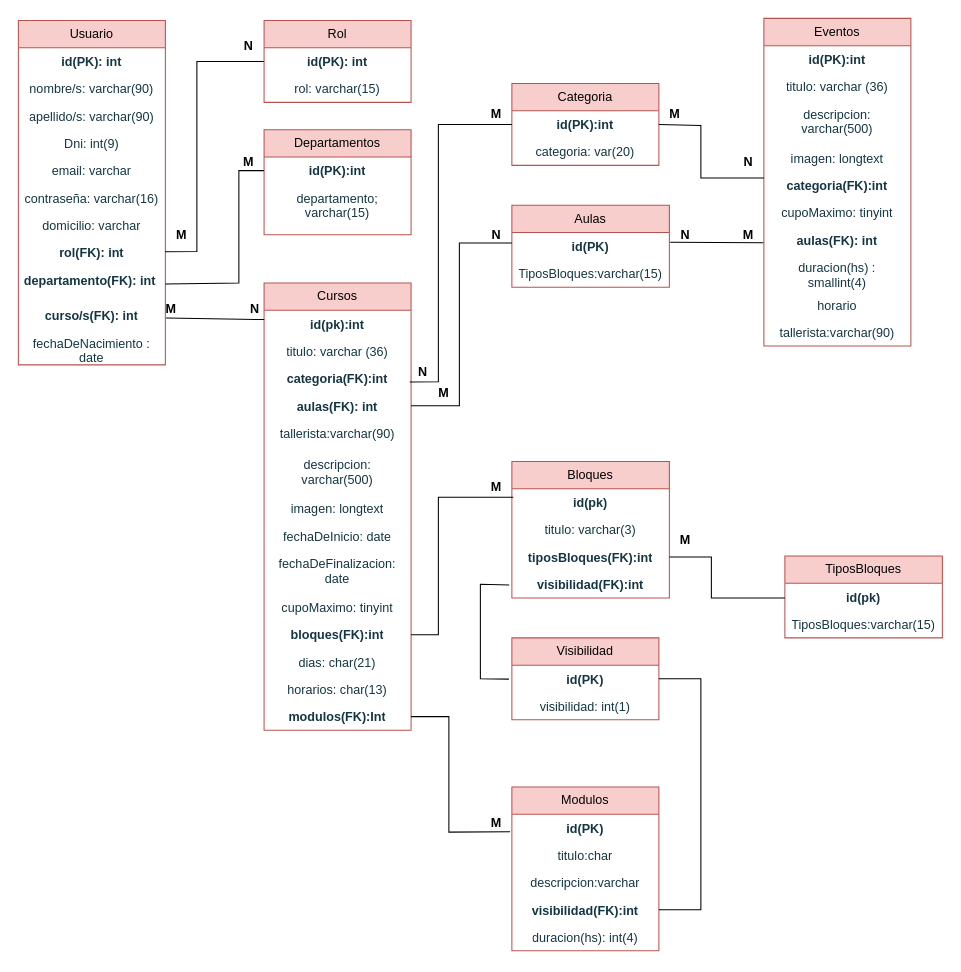
Before: 03 - Diagrama/Clase_3.drawio in FrancoRossiDs/Base_de_Datos, a draw.io diagram. Source tidied: cells renumbered, new cells numbered last; positions are measured from the earlier drawing's top-left corner, leaving out a move shared by most shapes. Both pictures are drawn from the tidied source at 105%, with x=0, y=0 at pixel (18, 18).
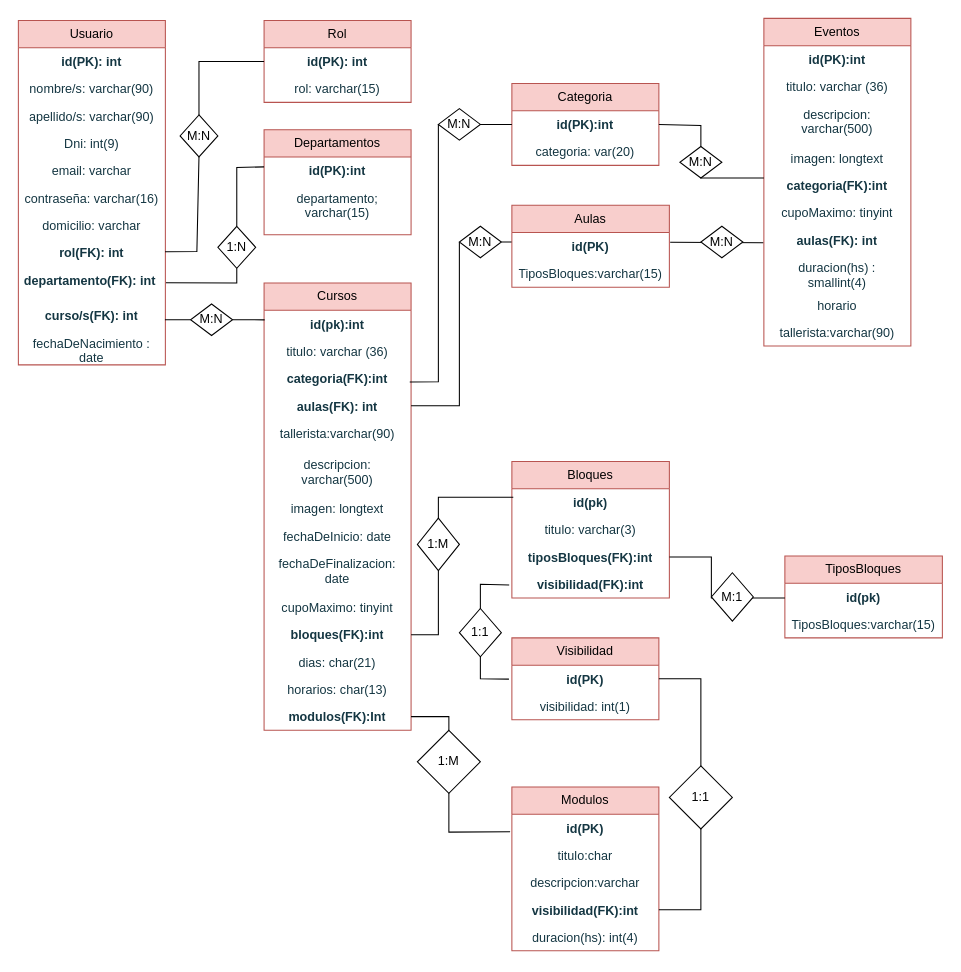
The same page after the edit.

Commit message:
agregados al drawio de la clase 3

The change refers to these unchanged cells:
```xml
<mxCell id="10" value="&lt;b&gt;rol(FK): int&lt;/b&gt;" style="text;strokeColor=none;fillColor=none;align=center;verticalAlign=top;spacingLeft=4;spacingRight=4;overflow=hidden;points=[[0,0.5],[1,0.5]];portConstraint=eastwest;whiteSpace=wrap;html=1;fontColor=#143642;" parent="2" vertex="1">
  <mxGeometry y="208" width="140" height="26" as="geometry" />
</mxCell>
<mxCell id="11" value="departamento(FK): int&amp;nbsp;" style="text;strokeColor=none;fillColor=none;align=center;verticalAlign=top;spacingLeft=4;spacingRight=4;overflow=hidden;points=[[0,0.5],[1,0.5]];portConstraint=eastwest;whiteSpace=wrap;html=1;fontColor=#143642;fontStyle=1;" parent="2" vertex="1">
  <mxGeometry y="234" width="140" height="34" as="geometry" />
</mxCell>
<mxCell id="12" value="&lt;b&gt;curso/s(FK): int&lt;/b&gt;" style="text;strokeColor=none;fillColor=none;align=center;verticalAlign=top;spacingLeft=4;spacingRight=4;overflow=hidden;points=[[0,0.5],[1,0.5]];portConstraint=eastwest;whiteSpace=wrap;html=1;fontColor=#143642;" parent="2" vertex="1">
  <mxGeometry y="268" width="140" height="26" as="geometry" />
</mxCell>
<mxCell id="18" value="&lt;b&gt;id(PK): int&lt;/b&gt;" style="text;strokeColor=none;fillColor=none;align=center;verticalAlign=top;spacingLeft=4;spacingRight=4;overflow=hidden;points=[[0,0.5],[1,0.5]];portConstraint=eastwest;whiteSpace=wrap;html=1;fontColor=#143642;" parent="17" vertex="1">
  <mxGeometry y="26" width="140" height="26" as="geometry" />
</mxCell>
<mxCell id="21" value="&lt;b&gt;id(pk):int&lt;/b&gt;" style="text;strokeColor=none;fillColor=none;align=center;verticalAlign=top;spacingLeft=4;spacingRight=4;overflow=hidden;points=[[0,0.5],[1,0.5]];portConstraint=eastwest;whiteSpace=wrap;html=1;fontColor=#143642;" parent="20" vertex="1">
  <mxGeometry y="26" width="140" height="26" as="geometry" />
</mxCell>
<mxCell id="24" value="&lt;b&gt;aulas(FK): int&lt;/b&gt;" style="text;strokeColor=none;fillColor=none;align=center;verticalAlign=top;spacingLeft=4;spacingRight=4;overflow=hidden;points=[[0,0.5],[1,0.5]];portConstraint=eastwest;whiteSpace=wrap;html=1;fontColor=#143642;" parent="20" vertex="1">
  <mxGeometry y="104" width="140" height="26" as="geometry" />
</mxCell>
<mxCell id="31" value="&lt;b&gt;bloques(FK):int&lt;/b&gt;" style="text;strokeColor=none;fillColor=none;align=center;verticalAlign=top;spacingLeft=4;spacingRight=4;overflow=hidden;points=[[0,0.5],[1,0.5]];portConstraint=eastwest;whiteSpace=wrap;html=1;fontColor=#143642;" parent="20" vertex="1">
  <mxGeometry y="322" width="140" height="26" as="geometry" />
</mxCell>
<mxCell id="42" value="&lt;b&gt;id(PK):int&lt;/b&gt;" style="text;strokeColor=none;fillColor=none;align=center;verticalAlign=top;spacingLeft=4;spacingRight=4;overflow=hidden;points=[[0,0.5],[1,0.5]];portConstraint=eastwest;whiteSpace=wrap;html=1;fontColor=#143642;" parent="41" vertex="1">
  <mxGeometry y="26" width="140" height="26" as="geometry" />
</mxCell>
<mxCell id="45" value="&lt;b&gt;id(pk)&lt;/b&gt;" style="text;strokeColor=none;fillColor=none;align=center;verticalAlign=top;spacingLeft=4;spacingRight=4;overflow=hidden;points=[[0,0.5],[1,0.5]];portConstraint=eastwest;whiteSpace=wrap;html=1;fontColor=#143642;" parent="44" vertex="1">
  <mxGeometry y="26" width="150" height="26" as="geometry" />
</mxCell>
<mxCell id="73" value="&lt;b&gt;id(PK)&lt;/b&gt;" style="text;strokeColor=none;fillColor=none;align=center;verticalAlign=top;spacingLeft=4;spacingRight=4;overflow=hidden;points=[[0,0.5],[1,0.5]];portConstraint=eastwest;whiteSpace=wrap;html=1;fontColor=#143642;" parent="72" vertex="1">
  <mxGeometry y="26" width="150" height="26" as="geometry" />
</mxCell>
```

The edit, as a diff of the source:
```diff
@@
-    <mxCell id="63" style="endArrow=none;html=1;rounded=0;entryX=0;entryY=0.5;entryDx=0;entryDy=0;endFill=0;exitX=0.998;exitY=0.471;exitDx=0;exitDy=0;exitPerimeter=0;" parent="1" edge="1" source="10" target="18">
+    <mxCell id="63" style="endArrow=none;html=1;rounded=0;entryX=0;entryY=0.5;entryDx=0;entryDy=0;endFill=0;exitX=0.5;exitY=0;exitDx=0;exitDy=0;" parent="1" edge="1" source="114" target="18">
       <mxGeometry relative="1" as="geometry">
         <Array as="points">
-          <mxPoint x="170" y="222" />
-          <mxPoint x="170" y="41" />
+          <mxPoint x="172" y="41" />
         </Array>
       </mxGeometry>
     </mxCell>
-    <mxCell id="64" style="edgeStyle=none;jettySize=auto;html=1;rounded=0;exitX=1;exitY=0.5;exitDx=0;exitDy=0;entryX=0;entryY=0.5;entryDx=0;entryDy=0;endArrow=none;endFill=0;" parent="1" edge="1" source="11" target="42">
-      <mxGeometry relative="1" as="geometry">
-        <Array as="points">
-          <mxPoint x="210" y="252" />
-          <mxPoint x="210" y="145" />
-        </Array>
-      </mxGeometry>
-    </mxCell>
-    <mxCell id="65" value="M" style="text;html=1;align=center;verticalAlign=middle;strokeColor=none;fillColor=none;fontStyle=1;" parent="1" vertex="1">
-      <mxGeometry x="204" y="122" width="30" height="30" as="geometry" />
-    </mxCell>
-    <mxCell id="66" style="edgeStyle=none;jettySize=auto;html=1;rounded=0;exitX=1.005;exitY=0.593;exitDx=0;exitDy=0;endArrow=none;endFill=0;entryX=0.001;entryY=0.341;entryDx=0;entryDy=0;entryPerimeter=0;exitPerimeter=0;" parent="1" edge="1" source="12" target="21">
+    <mxCell id="66" style="edgeStyle=none;jettySize=auto;html=1;rounded=0;exitX=0.997;exitY=0.653;exitDx=0;exitDy=0;endArrow=none;endFill=0;entryX=0;entryY=0.5;entryDx=0;entryDy=0;exitPerimeter=0;" parent="1" edge="1" source="12" target="108">
       <mxGeometry relative="1" as="geometry" />
     </mxCell>
@@
-    <mxCell id="68" value="&lt;b&gt;M&lt;/b&gt;" style="text;html=1;align=center;verticalAlign=middle;strokeColor=none;fillColor=none;" parent="1" vertex="1">
-      <mxGeometry x="440" y="76" width="30" height="30" as="geometry" />
-    </mxCell>
@@
-    <mxCell id="76" style="edgeStyle=none;jettySize=auto;html=1;rounded=0;exitX=1;exitY=0.5;exitDx=0;exitDy=0;entryX=0.009;entryY=0.31;entryDx=0;entryDy=0;entryPerimeter=0;endArrow=none;endFill=0;" parent="1" edge="1" source="31" target="45">
+    <mxCell id="76" style="edgeStyle=none;jettySize=auto;html=1;rounded=0;exitX=1;exitY=0.5;exitDx=0;exitDy=0;entryX=0.009;entryY=0.31;entryDx=0;entryDy=0;entryPerimeter=0;endArrow=none;endFill=0;" parent="1" edge="1" source="102" target="45">
       <mxGeometry relative="1" as="geometry">
         <Array as="points">
-          <mxPoint x="400" y="587" />
+          <mxPoint x="400" y="482" />
           <mxPoint x="400" y="456" />
         </Array>
       </mxGeometry>
     </mxCell>
@@
-    <mxCell id="80" style="edgeStyle=none;jettySize=auto;html=1;rounded=0;exitX=1;exitY=0.5;exitDx=0;exitDy=0;entryX=0;entryY=0.385;entryDx=0;entryDy=0;entryPerimeter=0;endArrow=none;endFill=0;" parent="1" edge="1" source="24" target="73">
-      <mxGeometry relative="1" as="geometry">
-        <Array as="points">
-          <mxPoint x="420" y="369" />
-          <mxPoint x="420" y="214" />
-        </Array>
-      </mxGeometry>
-    </mxCell>
@@
-    <mxCell id="83" value="&lt;b&gt;N&lt;/b&gt;" style="text;html=1;align=center;verticalAlign=middle;strokeColor=none;fillColor=none;" parent="1" vertex="1">
-      <mxGeometry x="204" y="12" width="30" height="30" as="geometry" />
-    </mxCell>
-    <mxCell id="84" value="&lt;b&gt;M&lt;/b&gt;" style="text;html=1;align=center;verticalAlign=middle;strokeColor=none;fillColor=none;" parent="1" vertex="1">
-      <mxGeometry x="440" y="752" width="30" height="30" as="geometry" />
-    </mxCell>
-    <mxCell id="85" value="&lt;b&gt;M&lt;/b&gt;" style="text;html=1;align=center;verticalAlign=middle;strokeColor=none;fillColor=none;" parent="1" vertex="1">
-      <mxGeometry x="440" y="432" width="30" height="30" as="geometry" />
-    </mxCell>
-    <mxCell id="86" value="&lt;b&gt;M&lt;/b&gt;" style="text;html=1;align=center;verticalAlign=middle;strokeColor=none;fillColor=none;" parent="1" vertex="1">
-      <mxGeometry x="390" y="342" width="30" height="30" as="geometry" />
-    </mxCell>
-    <mxCell id="87" value="&lt;b&gt;N&lt;/b&gt;" style="text;html=1;align=center;verticalAlign=middle;strokeColor=none;fillColor=none;" parent="1" vertex="1">
-      <mxGeometry x="440" y="192" width="30" height="30" as="geometry" />
-    </mxCell>
-    <mxCell id="88" value="&lt;b&gt;M&lt;/b&gt;" style="text;html=1;align=center;verticalAlign=middle;strokeColor=none;fillColor=none;" parent="1" vertex="1">
-      <mxGeometry x="610" y="76" width="30" height="30" as="geometry" />
-    </mxCell>
-    <mxCell id="89" value="&lt;b&gt;M&lt;/b&gt;" style="text;html=1;align=center;verticalAlign=middle;strokeColor=none;fillColor=none;" parent="1" vertex="1">
-      <mxGeometry x="680" y="192" width="30" height="30" as="geometry" />
-    </mxCell>
-    <mxCell id="90" value="&lt;b&gt;N&lt;/b&gt;" style="text;html=1;align=center;verticalAlign=middle;strokeColor=none;fillColor=none;" parent="1" vertex="1">
-      <mxGeometry x="620" y="192" width="30" height="30" as="geometry" />
-    </mxCell>
-    <mxCell id="91" value="&lt;b&gt;M&lt;/b&gt;" style="text;html=1;align=center;verticalAlign=middle;strokeColor=none;fillColor=none;" parent="1" vertex="1">
-      <mxGeometry x="620" y="482" width="30" height="30" as="geometry" />
-    </mxCell>
-    <mxCell id="92" value="M" style="text;html=1;align=center;verticalAlign=middle;strokeColor=none;fillColor=none;fontStyle=1;" parent="1" vertex="1">
-      <mxGeometry x="140" y="192" width="30" height="30" as="geometry" />
-    </mxCell>
-    <mxCell id="93" value="M" style="text;html=1;align=center;verticalAlign=middle;strokeColor=none;fillColor=none;fontStyle=1;" parent="1" vertex="1">
-      <mxGeometry x="130" y="262" width="30" height="30" as="geometry" />
-    </mxCell>
-    <mxCell id="94" value="&lt;b&gt;N&lt;/b&gt;" style="text;html=1;align=center;verticalAlign=middle;strokeColor=none;fillColor=none;" parent="1" vertex="1">
-      <mxGeometry x="210" y="262" width="30" height="30" as="geometry" />
-    </mxCell>
-    <mxCell id="95" value="&lt;b&gt;N&lt;/b&gt;" style="text;html=1;align=center;verticalAlign=middle;strokeColor=none;fillColor=none;" parent="1" vertex="1">
-      <mxGeometry x="370" y="322" width="30" height="30" as="geometry" />
-    </mxCell>
-    <mxCell id="96" value="&lt;b&gt;N&lt;/b&gt;" style="text;html=1;align=center;verticalAlign=middle;strokeColor=none;fillColor=none;" parent="1" vertex="1">
-      <mxGeometry x="680" y="122" width="30" height="30" as="geometry" />
-    </mxCell>
+    <mxCell id="97" value="1:1" style="rhombus;whiteSpace=wrap;html=1;" parent="1" vertex="1">
+      <mxGeometry x="620" y="712" width="60" height="60" as="geometry" />
+    </mxCell>
+    <mxCell id="98" value="1:M" style="rhombus;whiteSpace=wrap;html=1;" parent="1" vertex="1">
+      <mxGeometry x="380" y="678" width="60" height="60" as="geometry" />
+    </mxCell>
+    <mxCell id="99" value="1:1" style="rhombus;whiteSpace=wrap;html=1;" parent="1" vertex="1">
+      <mxGeometry x="420" y="562" width="40" height="46" as="geometry" />
+    </mxCell>
+    <mxCell id="100" value="M:1" style="rhombus;whiteSpace=wrap;html=1;" parent="1" vertex="1">
+      <mxGeometry x="660" y="528" width="40" height="46" as="geometry" />
+    </mxCell>
+    <mxCell id="101" style="edgeStyle=none;jettySize=auto;html=1;rounded=0;exitX=1;exitY=0.5;exitDx=0;exitDy=0;endArrow=none;endFill=0;entryX=0.5;entryY=1;entryDx=0;entryDy=0;" parent="1" edge="1" source="31" target="102">
+      <mxGeometry relative="1" as="geometry">
+        <Array as="points">
+          <mxPoint x="400" y="587" />
+        </Array>
+      </mxGeometry>
+    </mxCell>
+    <mxCell id="102" value="1:M" style="rhombus;whiteSpace=wrap;html=1;" parent="1" vertex="1">
+      <mxGeometry x="380" y="476" width="40" height="50" as="geometry" />
+    </mxCell>
+    <mxCell id="103" style="edgeStyle=none;jettySize=auto;html=1;rounded=0;exitX=1;exitY=0.5;exitDx=0;exitDy=0;entryX=0;entryY=0.5;entryDx=0;entryDy=0;entryPerimeter=0;endArrow=none;endFill=0;" parent="1" edge="1" source="24" target="104">
+      <mxGeometry relative="1" as="geometry">
+        <Array as="points">
+          <mxPoint x="420" y="369" />
+        </Array>
+      </mxGeometry>
+    </mxCell>
+    <mxCell id="104" value="M:N" style="rhombus;whiteSpace=wrap;html=1;" parent="1" vertex="1">
+      <mxGeometry x="420" y="198" width="40" height="30" as="geometry" />
+    </mxCell>
+    <mxCell id="105" value="M:N" style="rhombus;whiteSpace=wrap;html=1;" parent="1" vertex="1">
+      <mxGeometry x="650" y="198" width="40" height="30" as="geometry" />
+    </mxCell>
+    <mxCell id="106" value="M:N" style="rhombus;whiteSpace=wrap;html=1;" parent="1" vertex="1">
+      <mxGeometry x="630" y="122" width="40" height="30" as="geometry" />
+    </mxCell>
+    <mxCell id="107" value="M:N" style="rhombus;whiteSpace=wrap;html=1;" parent="1" vertex="1">
+      <mxGeometry x="400" y="86" width="40" height="30" as="geometry" />
+    </mxCell>
+    <mxCell id="108" value="M:N" style="rhombus;whiteSpace=wrap;html=1;" parent="1" vertex="1">
+      <mxGeometry x="164" y="272" width="40" height="30" as="geometry" />
+    </mxCell>
+    <mxCell id="109" style="edgeStyle=none;jettySize=auto;html=1;rounded=0;exitX=0.004;exitY=0.352;exitDx=0;exitDy=0;endArrow=none;endFill=0;entryX=1;entryY=0.5;entryDx=0;entryDy=0;exitPerimeter=0;" parent="1" edge="1" source="21" target="108">
+      <mxGeometry relative="1" as="geometry" />
+    </mxCell>
+    <mxCell id="110" value="1:N" style="rhombus;whiteSpace=wrap;html=1;" parent="1" vertex="1">
+      <mxGeometry x="190" y="198" width="36" height="40" as="geometry" />
+    </mxCell>
+    <mxCell id="111" style="edgeStyle=none;jettySize=auto;html=1;rounded=0;endArrow=none;endFill=0;entryX=1.004;entryY=0.467;entryDx=0;entryDy=0;entryPerimeter=0;exitX=0.5;exitY=1;exitDx=0;exitDy=0;" parent="1" edge="1" source="110" target="11">
+      <mxGeometry relative="1" as="geometry">
+        <Array as="points">
+          <mxPoint x="208" y="252" />
+        </Array>
+      </mxGeometry>
+    </mxCell>
+    <mxCell id="112" style="edgeStyle=none;jettySize=auto;html=1;rounded=0;endArrow=none;endFill=0;entryX=0.5;entryY=0;entryDx=0;entryDy=0;exitX=0;exitY=0.363;exitDx=0;exitDy=0;exitPerimeter=0;" parent="1" edge="1" source="42" target="110">
+      <mxGeometry relative="1" as="geometry">
+        <Array as="points">
+          <mxPoint x="208" y="142" />
+        </Array>
+      </mxGeometry>
+    </mxCell>
+    <mxCell id="113" style="endArrow=none;html=1;rounded=0;entryX=0.5;entryY=1;entryDx=0;entryDy=0;endFill=0;exitX=0.998;exitY=0.471;exitDx=0;exitDy=0;exitPerimeter=0;" parent="1" edge="1" source="10" target="114">
+      <mxGeometry relative="1" as="geometry">
+        <Array as="points">
+          <mxPoint x="170" y="222" />
+        </Array>
+      </mxGeometry>
+    </mxCell>
+    <mxCell id="114" value="M:N" style="rhombus;whiteSpace=wrap;html=1;" parent="1" vertex="1">
+      <mxGeometry x="154" y="92" width="36" height="40" as="geometry" />
+    </mxCell>
+    <mxCell id="115" style="edgeStyle=none;jettySize=auto;html=1;rounded=0;endArrow=none;endFill=0;entryX=1;entryY=0.5;entryDx=0;entryDy=0;exitX=-0.002;exitY=0.342;exitDx=0;exitDy=0;exitPerimeter=0;" parent="1" edge="1" source="73" target="104">
+      <mxGeometry relative="1" as="geometry" />
+    </mxCell>
```
